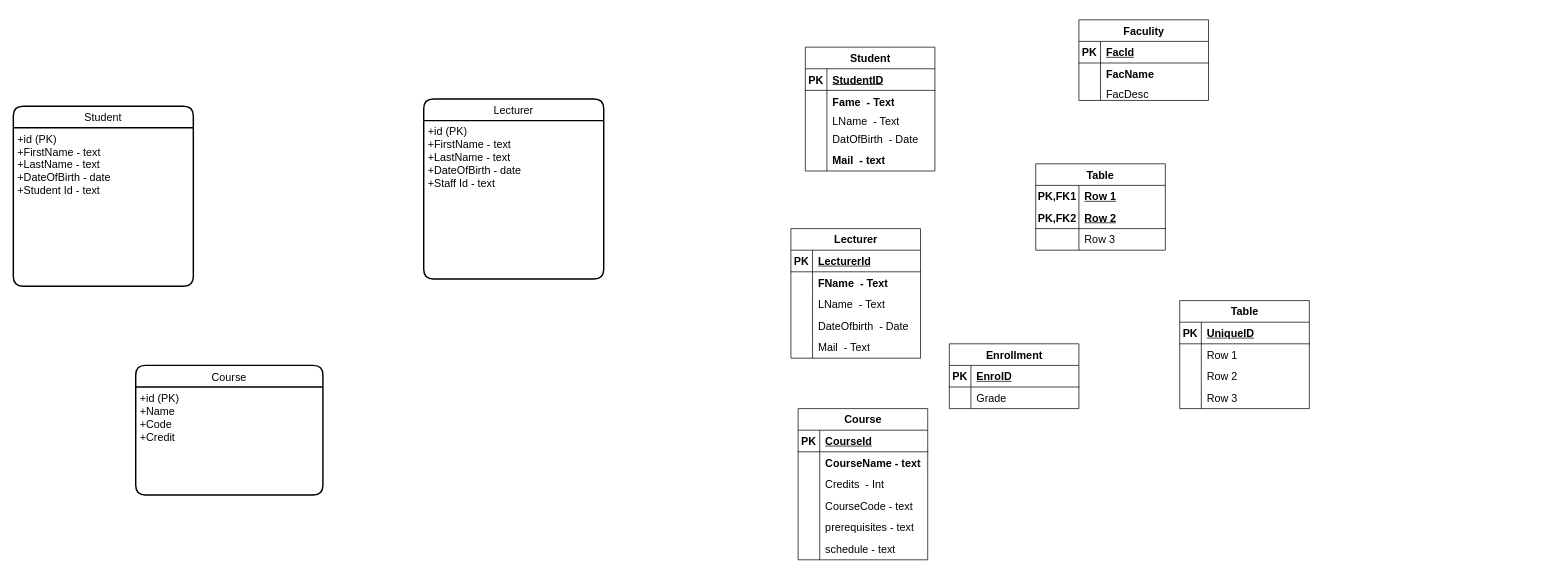
This is Untitled Diagram.drawio from YounesAlKojok/Projects---HTML-CSS-and-Bootstrap, a draw.io file, before an edit. Source tidied: cells renumbered, new cells numbered last; positions are measured from the earlier drawing's top-left corner, leaving out a move shared by most shapes. Both pictures are drawn from the tidied source at 72%, with x=0, y=0 at pixel (13, 19).
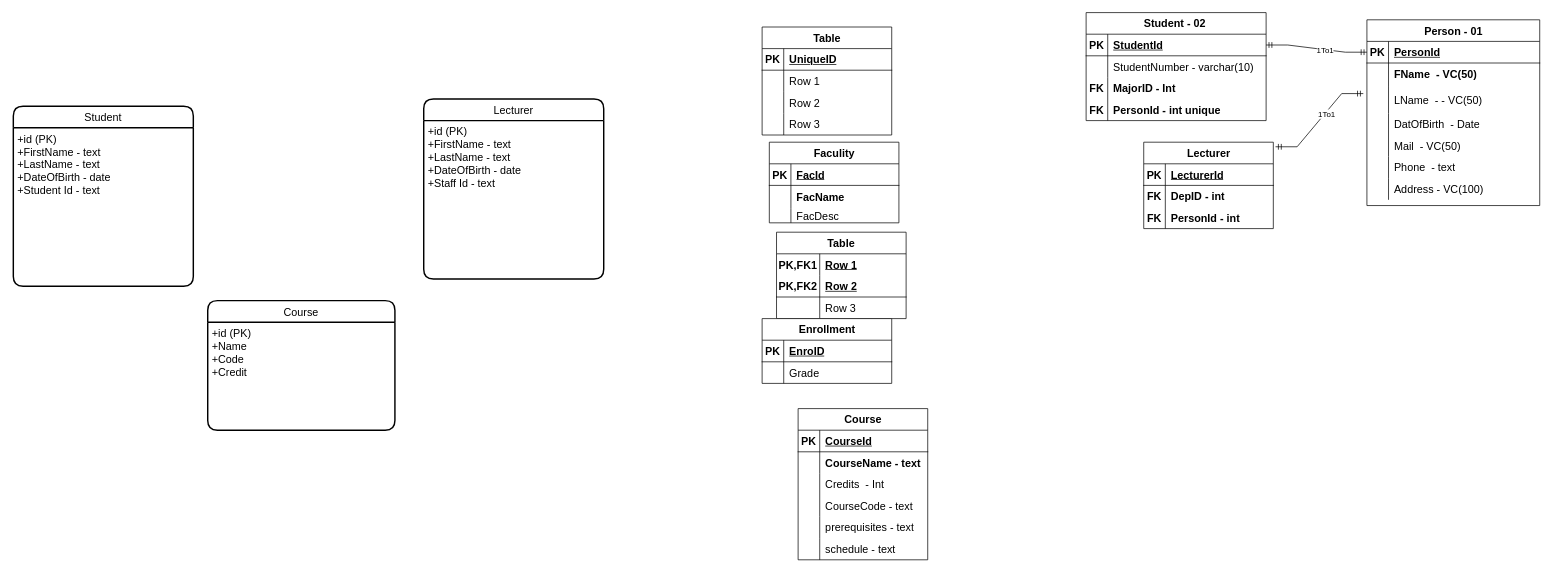
The same diagram, later.

What changed in the source:
```diff
@@
     <mxCell id="6" value="Course" style="swimlane;horizontal=1;startSize=30;rounded=1;fontSize=15;fontStyle=0;strokeWidth=2;shadow=0;dashed=0;align=center;" parent="1" vertex="1">
-      <mxGeometry x="170" y="480" width="260" height="180" as="geometry" />
+      <mxGeometry x="270" y="390" width="260" height="180" as="geometry" />
     </mxCell>
@@
-    <mxCell id="8" value="Student" style="shape=table;startSize=30;childLayout=tableLayout;rowLines=0;fontStyle=1;align=center;html=1;fontSize=15;" parent="1" vertex="1">
-      <mxGeometry x="1100" y="38" width="180" height="172" as="geometry" />
+    <mxCell id="8" value="Student - 02&amp;nbsp;" style="shape=table;startSize=30;childLayout=tableLayout;rowLines=0;fontStyle=1;align=center;html=1;fontSize=15;" parent="1" vertex="1">
+      <mxGeometry x="1490" y="-10" width="250" height="150" as="geometry" />
     </mxCell>
     <mxCell id="9" style="shape=tableRow;horizontal=0;startSize=0;swimlaneHead=0;swimlaneBody=0;fillColor=none;points=[[0,0.5],[1,0.5]];portConstraint=eastwest;top=0;left=0;right=0;bottom=1;fontSize=15;" parent="8" vertex="1">
-      <mxGeometry y="30" width="180" height="30" as="geometry" />
+      <mxGeometry y="30" width="250" height="30" as="geometry" />
     </mxCell>
@@
-    <mxCell id="11" value="StudentID" style="shape=partialRectangle;fillColor=none;top=0;left=0;bottom=0;right=0;align=left;spacingLeft=6;fontStyle=5;overflow=hidden;whiteSpace=wrap;html=1;fontSize=15;" parent="9" vertex="1">
-      <mxGeometry x="30" width="150" height="30" as="geometry" />
+    <mxCell id="11" value="StudentId" style="shape=partialRectangle;fillColor=none;top=0;left=0;bottom=0;right=0;align=left;spacingLeft=6;fontStyle=5;overflow=hidden;whiteSpace=wrap;html=1;fontSize=15;" parent="9" vertex="1">
+      <mxGeometry x="30" width="220" height="30" as="geometry" />
     </mxCell>
-    <mxCell id="12" style="shape=tableRow;horizontal=0;startSize=0;swimlaneHead=0;swimlaneBody=0;fillColor=none;top=0;left=0;right=0;bottom=0;fontSize=15;" parent="8" vertex="1">
-      <mxGeometry y="60" width="180" height="32" as="geometry" />
-    </mxCell>
-    <mxCell id="13" style="shape=partialRectangle;fillColor=none;top=0;left=0;bottom=0;right=0;overflow=hidden;whiteSpace=wrap;html=1;fontSize=15;" parent="12" vertex="1">
-      <mxGeometry width="30" height="32" as="geometry" />
-    </mxCell>
-    <mxCell id="14" value="&lt;b style=&quot;font-size: 15px;&quot;&gt;Fame&amp;nbsp; - Text&lt;/b&gt;" style="shape=partialRectangle;fillColor=none;top=0;left=0;bottom=0;right=0;align=left;spacingLeft=6;overflow=hidden;whiteSpace=wrap;html=1;fontSize=15;" parent="12" vertex="1">
-      <mxGeometry x="30" width="150" height="32" as="geometry" />
-    </mxCell>
-    <mxCell id="15" style="shape=tableRow;horizontal=0;startSize=0;swimlaneHead=0;swimlaneBody=0;fillColor=none;top=0;left=0;right=0;bottom=0;fontSize=15;" parent="8" vertex="1">
-      <mxGeometry y="92" width="180" height="20" as="geometry" />
-    </mxCell>
-    <mxCell id="16" style="shape=partialRectangle;fillColor=none;top=0;left=0;bottom=0;right=0;overflow=hidden;whiteSpace=wrap;html=1;fontSize=15;" parent="15" vertex="1">
-      <mxGeometry width="30" height="20" as="geometry" />
-    </mxCell>
-    <mxCell id="17" value="LName&amp;nbsp; - Text" style="shape=partialRectangle;fillColor=none;top=0;left=0;bottom=0;right=0;align=left;spacingLeft=6;overflow=hidden;whiteSpace=wrap;html=1;fontSize=15;" parent="15" vertex="1">
-      <mxGeometry x="30" width="150" height="20" as="geometry" />
-    </mxCell>
     <mxCell id="18" style="shape=tableRow;horizontal=0;startSize=0;swimlaneHead=0;swimlaneBody=0;fillColor=none;top=0;left=0;right=0;bottom=0;fontSize=15;" parent="8" vertex="1">
-      <mxGeometry y="112" width="180" height="30" as="geometry" />
+      <mxGeometry y="60" width="250" height="30" as="geometry" />
     </mxCell>
@@
-    <mxCell id="20" value="DatOfBirth&amp;nbsp; - Date" style="shape=partialRectangle;fillColor=none;top=0;left=0;bottom=0;right=0;align=left;spacingLeft=6;overflow=hidden;whiteSpace=wrap;html=1;fontSize=15;" parent="18" vertex="1">
-      <mxGeometry x="30" width="150" height="30" as="geometry" />
+    <mxCell id="20" value="StudentNumber - varchar(10)" style="shape=partialRectangle;fillColor=none;top=0;left=0;bottom=0;right=0;align=left;spacingLeft=6;overflow=hidden;whiteSpace=wrap;html=1;fontSize=15;" parent="18" vertex="1">
+      <mxGeometry x="30" width="220" height="30" as="geometry" />
     </mxCell>
-    <mxCell id="21" style="shape=tableRow;horizontal=0;startSize=0;swimlaneHead=0;swimlaneBody=0;fillColor=none;top=0;left=0;right=0;bottom=0;fontSize=15;fontStyle=1;" parent="8" vertex="1">
-      <mxGeometry y="142" width="180" height="30" as="geometry" />
-    </mxCell>
-    <mxCell id="22" style="shape=partialRectangle;fillColor=none;top=0;left=0;bottom=0;right=0;overflow=hidden;whiteSpace=wrap;html=1;fontSize=15;" parent="21" vertex="1">
-      <mxGeometry width="30" height="30" as="geometry" />
-    </mxCell>
-    <mxCell id="23" value="Mail&amp;nbsp; - text" style="shape=partialRectangle;fillColor=none;top=0;left=0;bottom=0;right=0;align=left;spacingLeft=6;overflow=hidden;whiteSpace=wrap;html=1;fontSize=15;fontStyle=1;" parent="21" vertex="1">
-      <mxGeometry x="30" width="150" height="30" as="geometry" />
-    </mxCell>
+    <mxCell id="99" style="shape=tableRow;horizontal=0;startSize=0;swimlaneHead=0;swimlaneBody=0;fillColor=none;top=0;left=0;right=0;bottom=0;fontSize=15;fontStyle=0;" parent="8" vertex="1">
+      <mxGeometry y="90" width="250" height="30" as="geometry" />
+    </mxCell>
+    <mxCell id="100" value="&lt;b&gt;FK&lt;/b&gt;" style="shape=partialRectangle;fillColor=none;top=0;left=0;bottom=0;right=0;overflow=hidden;whiteSpace=wrap;html=1;fontSize=15;" parent="99" vertex="1">
+      <mxGeometry width="30" height="30" as="geometry" />
+    </mxCell>
+    <mxCell id="101" value="&lt;b&gt;MajorID - Int&lt;/b&gt;" style="shape=partialRectangle;fillColor=none;top=0;left=0;bottom=0;right=0;align=left;spacingLeft=6;overflow=hidden;whiteSpace=wrap;html=1;fontSize=15;" parent="99" vertex="1">
+      <mxGeometry x="30" width="220" height="30" as="geometry" />
+    </mxCell>
+    <mxCell id="102" style="shape=tableRow;horizontal=0;startSize=0;swimlaneHead=0;swimlaneBody=0;fillColor=none;top=0;left=0;right=0;bottom=0;fontSize=15;" parent="8" vertex="1">
+      <mxGeometry y="120" width="250" height="30" as="geometry" />
+    </mxCell>
+    <mxCell id="103" value="FK" style="shape=partialRectangle;fillColor=none;top=0;left=0;bottom=0;right=0;overflow=hidden;whiteSpace=wrap;html=1;fontSize=15;fontStyle=1;" parent="102" vertex="1">
+      <mxGeometry width="30" height="30" as="geometry" />
+    </mxCell>
+    <mxCell id="104" value="&lt;b&gt;PersonId - int unique&lt;/b&gt;" style="shape=partialRectangle;fillColor=none;top=0;left=0;bottom=0;right=0;align=left;spacingLeft=6;overflow=hidden;whiteSpace=wrap;html=1;fontSize=15;" parent="102" vertex="1">
+      <mxGeometry x="30" width="220" height="30" as="geometry" />
+    </mxCell>
     <mxCell id="24" value="Lecturer" style="shape=table;startSize=30;childLayout=tableLayout;rowLines=0;fontStyle=1;align=center;html=1;fontSize=15;" parent="1" vertex="1">
-      <mxGeometry x="1080" y="290" width="180" height="180" as="geometry" />
+      <mxGeometry x="1570" y="170" width="180" height="120" as="geometry" />
     </mxCell>
@@
-    <mxCell id="28" style="shape=tableRow;horizontal=0;startSize=0;swimlaneHead=0;swimlaneBody=0;fillColor=none;top=0;left=0;right=0;bottom=0;fontSize=15;" parent="24" vertex="1">
-      <mxGeometry y="60" width="180" height="30" as="geometry" />
-    </mxCell>
-    <mxCell id="29" style="shape=partialRectangle;fillColor=none;top=0;left=0;bottom=0;right=0;overflow=hidden;whiteSpace=wrap;html=1;fontSize=15;" parent="28" vertex="1">
-      <mxGeometry width="30" height="30" as="geometry" />
-    </mxCell>
-    <mxCell id="30" value="&lt;b style=&quot;font-size: 15px;&quot;&gt;FName&amp;nbsp; - Text&lt;/b&gt;" style="shape=partialRectangle;fillColor=none;top=0;left=0;bottom=0;right=0;align=left;spacingLeft=6;overflow=hidden;whiteSpace=wrap;html=1;fontSize=15;" parent="28" vertex="1">
-      <mxGeometry x="30" width="150" height="30" as="geometry" />
-    </mxCell>
-    <mxCell id="31" style="shape=tableRow;horizontal=0;startSize=0;swimlaneHead=0;swimlaneBody=0;fillColor=none;top=0;left=0;right=0;bottom=0;fontSize=15;" parent="24" vertex="1">
-      <mxGeometry y="90" width="180" height="30" as="geometry" />
-    </mxCell>
-    <mxCell id="32" style="shape=partialRectangle;fillColor=none;top=0;left=0;bottom=0;right=0;overflow=hidden;whiteSpace=wrap;html=1;fontSize=15;" parent="31" vertex="1">
-      <mxGeometry width="30" height="30" as="geometry" />
-    </mxCell>
-    <mxCell id="33" value="LName&amp;nbsp; - Text" style="shape=partialRectangle;fillColor=none;top=0;left=0;bottom=0;right=0;align=left;spacingLeft=6;overflow=hidden;whiteSpace=wrap;html=1;fontSize=15;" parent="31" vertex="1">
-      <mxGeometry x="30" width="150" height="30" as="geometry" />
-    </mxCell>
-    <mxCell id="34" style="shape=tableRow;horizontal=0;startSize=0;swimlaneHead=0;swimlaneBody=0;fillColor=none;top=0;left=0;right=0;bottom=0;fontSize=15;" parent="24" vertex="1">
-      <mxGeometry y="120" width="180" height="30" as="geometry" />
-    </mxCell>
-    <mxCell id="35" style="shape=partialRectangle;fillColor=none;top=0;left=0;bottom=0;right=0;overflow=hidden;whiteSpace=wrap;html=1;fontSize=15;" parent="34" vertex="1">
-      <mxGeometry width="30" height="30" as="geometry" />
-    </mxCell>
-    <mxCell id="36" value="DateOfbirth&amp;nbsp; - Date" style="shape=partialRectangle;fillColor=none;top=0;left=0;bottom=0;right=0;align=left;spacingLeft=6;overflow=hidden;whiteSpace=wrap;html=1;fontSize=15;" parent="34" vertex="1">
-      <mxGeometry x="30" width="150" height="30" as="geometry" />
-    </mxCell>
     <mxCell id="37" style="shape=tableRow;horizontal=0;startSize=0;swimlaneHead=0;swimlaneBody=0;fillColor=none;top=0;left=0;right=0;bottom=0;fontSize=15;" parent="24" vertex="1">
-      <mxGeometry y="150" width="180" height="30" as="geometry" />
+      <mxGeometry y="60" width="180" height="30" as="geometry" />
     </mxCell>
-    <mxCell id="38" style="shape=partialRectangle;fillColor=none;top=0;left=0;bottom=0;right=0;overflow=hidden;whiteSpace=wrap;html=1;fontSize=15;" parent="37" vertex="1">
+    <mxCell id="38" value="&lt;b&gt;FK&lt;/b&gt;" style="shape=partialRectangle;fillColor=none;top=0;left=0;bottom=0;right=0;overflow=hidden;whiteSpace=wrap;html=1;fontSize=15;" parent="37" vertex="1">
       <mxGeometry width="30" height="30" as="geometry" />
     </mxCell>
-    <mxCell id="39" value="Mail&amp;nbsp; - Text" style="shape=partialRectangle;fillColor=none;top=0;left=0;bottom=0;right=0;align=left;spacingLeft=6;overflow=hidden;whiteSpace=wrap;html=1;fontSize=15;" parent="37" vertex="1">
+    <mxCell id="39" value="&lt;b&gt;DepID - int&lt;/b&gt;" style="shape=partialRectangle;fillColor=none;top=0;left=0;bottom=0;right=0;align=left;spacingLeft=6;overflow=hidden;whiteSpace=wrap;html=1;fontSize=15;" parent="37" vertex="1">
       <mxGeometry x="30" width="150" height="30" as="geometry" />
     </mxCell>
+    <mxCell id="31" style="shape=tableRow;horizontal=0;startSize=0;swimlaneHead=0;swimlaneBody=0;fillColor=none;top=0;left=0;right=0;bottom=0;fontSize=15;" parent="24" vertex="1">
+      <mxGeometry y="90" width="180" height="30" as="geometry" />
+    </mxCell>
+    <mxCell id="105" value="&lt;b&gt;FK&lt;/b&gt;" style="shape=partialRectangle;fillColor=none;top=0;left=0;bottom=0;right=0;overflow=hidden;whiteSpace=wrap;html=1;fontSize=15;" parent="31" vertex="1">
+      <mxGeometry width="30" height="30" as="geometry" />
+    </mxCell>
+    <mxCell id="106" value="&lt;b&gt;PersonId - int&lt;/b&gt;" style="shape=partialRectangle;fillColor=none;top=0;left=0;bottom=0;right=0;align=left;spacingLeft=6;overflow=hidden;whiteSpace=wrap;html=1;fontSize=15;" parent="31" vertex="1">
+      <mxGeometry x="30" width="150" height="30" as="geometry" />
+    </mxCell>
     <mxCell id="40" value="Table" style="shape=table;startSize=30;childLayout=tableLayout;rowLines=0;fontStyle=1;align=center;html=1;fontSize=15;" parent="1" vertex="1">
-      <mxGeometry x="1620" y="390" width="180" height="150" as="geometry" />
+      <mxGeometry x="1040" y="10" width="180" height="150" as="geometry" />
     </mxCell>
@@
     <mxCell id="53" value="Table" style="shape=table;startSize=30;childLayout=tableLayout;rowLines=0;fontStyle=1;align=center;html=1;whiteSpace=wrap;fontSize=15;" parent="1" vertex="1">
-      <mxGeometry x="1420" y="200" width="180" height="120" as="geometry" />
+      <mxGeometry x="1060" y="295" width="180" height="120" as="geometry" />
     </mxCell>
@@
     <mxCell id="63" value="Enrollment" style="shape=table;startSize=30;childLayout=tableLayout;rowLines=0;fontStyle=1;align=center;html=1;fontSize=15;" parent="1" vertex="1">
-      <mxGeometry x="1300" y="450" width="180" height="90" as="geometry" />
+      <mxGeometry x="1040" y="415" width="180" height="90" as="geometry" />
     </mxCell>
@@
     <mxCell id="70" value="Faculity" style="shape=table;startSize=30;childLayout=tableLayout;rowLines=0;fontStyle=1;align=center;html=1;fontSize=15;" parent="1" vertex="1">
-      <mxGeometry x="1480" width="180" height="112" as="geometry" />
+      <mxGeometry x="1050" y="170" width="180" height="112" as="geometry" />
     </mxCell>
@@
+    <mxCell id="107" value="Person - 01" style="shape=table;startSize=30;childLayout=tableLayout;rowLines=0;fontStyle=1;align=center;html=1;fontSize=15;" parent="1" vertex="1">
+      <mxGeometry x="1880" width="240" height="258" as="geometry" />
+    </mxCell>
+    <mxCell id="108" style="shape=tableRow;horizontal=0;startSize=0;swimlaneHead=0;swimlaneBody=0;fillColor=none;points=[[0,0.5],[1,0.5]];portConstraint=eastwest;top=0;left=0;right=0;bottom=1;fontSize=15;" parent="107" vertex="1">
+      <mxGeometry y="30" width="240" height="30" as="geometry" />
+    </mxCell>
+    <mxCell id="109" value="PK" style="shape=partialRectangle;fillColor=none;top=0;left=0;bottom=0;right=0;fontStyle=1;overflow=hidden;whiteSpace=wrap;html=1;fontSize=15;" parent="108" vertex="1">
+      <mxGeometry width="30" height="30" as="geometry" />
+    </mxCell>
+    <mxCell id="110" value="PersonId" style="shape=partialRectangle;fillColor=none;top=0;left=0;bottom=0;right=0;align=left;spacingLeft=6;fontStyle=5;overflow=hidden;whiteSpace=wrap;html=1;fontSize=15;" parent="108" vertex="1">
+      <mxGeometry x="30" width="210" height="30" as="geometry" />
+    </mxCell>
+    <mxCell id="111" style="shape=tableRow;horizontal=0;startSize=0;swimlaneHead=0;swimlaneBody=0;fillColor=none;top=0;left=0;right=0;bottom=0;fontSize=15;" parent="107" vertex="1">
+      <mxGeometry y="60" width="240" height="32" as="geometry" />
+    </mxCell>
+    <mxCell id="13" style="shape=partialRectangle;fillColor=none;top=0;left=0;bottom=0;right=0;overflow=hidden;whiteSpace=wrap;html=1;fontSize=15;" parent="111" vertex="1">
+      <mxGeometry width="30" height="32" as="geometry" />
+    </mxCell>
+    <mxCell id="112" value="&lt;b style=&quot;font-size: 15px;&quot;&gt;FName&amp;nbsp; - VC(50)&lt;/b&gt;" style="shape=partialRectangle;fillColor=none;top=0;left=0;bottom=0;right=0;align=left;spacingLeft=6;overflow=hidden;whiteSpace=wrap;html=1;fontSize=15;" parent="111" vertex="1">
+      <mxGeometry x="30" width="210" height="32" as="geometry" />
+    </mxCell>
+    <mxCell id="113" style="shape=tableRow;horizontal=0;startSize=0;swimlaneHead=0;swimlaneBody=0;fillColor=none;points=[[0,0.5],[1,0.5]];portConstraint=eastwest;top=0;left=0;right=0;bottom=0;fontSize=15;" parent="107" vertex="1">
+      <mxGeometry y="92" width="240" height="38" as="geometry" />
+    </mxCell>
+    <mxCell id="114" style="shape=partialRectangle;fillColor=none;top=0;left=0;bottom=0;right=0;overflow=hidden;whiteSpace=wrap;html=1;fontSize=15;" parent="113" vertex="1">
+      <mxGeometry width="30" height="38" as="geometry" />
+    </mxCell>
+    <mxCell id="115" value="LName&amp;nbsp; -&amp;nbsp;&lt;span style=&quot;--tw-border-spacing-x: 0; --tw-border-spacing-y: 0; --tw-translate-x: 0; --tw-translate-y: 0; --tw-rotate: 0; --tw-skew-x: 0; --tw-skew-y: 0; --tw-scale-x: 1; --tw-scale-y: 1; --tw-pan-x: ; --tw-pan-y: ; --tw-pinch-zoom: ; --tw-scroll-snap-strictness: proximity; --tw-ordinal: ; --tw-slashed-zero: ; --tw-numeric-figure: ; --tw-numeric-spacing: ; --tw-numeric-fraction: ; --tw-ring-inset: ; --tw-ring-offset-width: 0px; --tw-ring-offset-color: #fff; --tw-ring-color: rgb(59 130 246 / 0.5); --tw-ring-offset-shadow: 0 0 #0000; --tw-ring-shadow: 0 0 #0000; --tw-shadow: 0 0 #0000; --tw-shadow-colored: 0 0 #0000; --tw-blur: ; --tw-brightness: ; --tw-contrast: ; --tw-grayscale: ; --tw-hue-rotate: ; --tw-invert: ; --tw-saturate: ; --tw-sepia: ; --tw-drop-shadow: ; --tw-backdrop-blur: ; --tw-backdrop-brightness: ; --tw-backdrop-contrast: ; --tw-backdrop-grayscale: ; --tw-backdrop-hue-rotate: ; --tw-backdrop-invert: ; --tw-backdrop-opacity: ; --tw-backdrop-saturate: ; --tw-backdrop-sepia: ; border-color: var(--border-color);&quot;&gt;- VC(50)&lt;/span&gt;" style="shape=partialRectangle;fillColor=none;top=0;left=0;bottom=0;right=0;align=left;spacingLeft=6;overflow=hidden;whiteSpace=wrap;html=1;fontSize=15;" parent="113" vertex="1">
+      <mxGeometry x="30" width="210" height="38" as="geometry" />
+    </mxCell>
+    <mxCell id="116" style="shape=tableRow;horizontal=0;startSize=0;swimlaneHead=0;swimlaneBody=0;fillColor=none;top=0;left=0;right=0;bottom=0;fontSize=15;" parent="107" vertex="1">
+      <mxGeometry y="130" width="240" height="30" as="geometry" />
+    </mxCell>
+    <mxCell id="117" style="shape=partialRectangle;fillColor=none;top=0;left=0;bottom=0;right=0;overflow=hidden;whiteSpace=wrap;html=1;fontSize=15;" parent="116" vertex="1">
+      <mxGeometry width="30" height="30" as="geometry" />
+    </mxCell>
+    <mxCell id="118" value="DatOfBirth&amp;nbsp; - Date" style="shape=partialRectangle;fillColor=none;top=0;left=0;bottom=0;right=0;align=left;spacingLeft=6;overflow=hidden;whiteSpace=wrap;html=1;fontSize=15;" parent="116" vertex="1">
+      <mxGeometry x="30" width="210" height="30" as="geometry" />
+    </mxCell>
+    <mxCell id="119" style="shape=tableRow;horizontal=0;startSize=0;swimlaneHead=0;swimlaneBody=0;fillColor=none;top=0;left=0;right=0;bottom=0;fontSize=15;fontStyle=1;" parent="107" vertex="1">
+      <mxGeometry y="160" width="240" height="30" as="geometry" />
+    </mxCell>
+    <mxCell id="120" style="shape=partialRectangle;fillColor=none;top=0;left=0;bottom=0;right=0;overflow=hidden;whiteSpace=wrap;html=1;fontSize=15;" parent="119" vertex="1">
+      <mxGeometry width="30" height="30" as="geometry" />
+    </mxCell>
+    <mxCell id="121" value="&lt;span style=&quot;font-weight: normal;&quot;&gt;Mail&amp;nbsp; -&amp;nbsp;&lt;span style=&quot;--tw-border-spacing-x: 0; --tw-border-spacing-y: 0; --tw-translate-x: 0; --tw-translate-y: 0; --tw-rotate: 0; --tw-skew-x: 0; --tw-skew-y: 0; --tw-scale-x: 1; --tw-scale-y: 1; --tw-pan-x: ; --tw-pan-y: ; --tw-pinch-zoom: ; --tw-scroll-snap-strictness: proximity; --tw-ordinal: ; --tw-slashed-zero: ; --tw-numeric-figure: ; --tw-numeric-spacing: ; --tw-numeric-fraction: ; --tw-ring-inset: ; --tw-ring-offset-width: 0px; --tw-ring-offset-color: #fff; --tw-ring-color: rgb(59 130 246 / 0.5); --tw-ring-offset-shadow: 0 0 #0000; --tw-ring-shadow: 0 0 #0000; --tw-shadow: 0 0 #0000; --tw-shadow-colored: 0 0 #0000; --tw-blur: ; --tw-brightness: ; --tw-contrast: ; --tw-grayscale: ; --tw-hue-rotate: ; --tw-invert: ; --tw-saturate: ; --tw-sepia: ; --tw-drop-shadow: ; --tw-backdrop-blur: ; --tw-backdrop-brightness: ; --tw-backdrop-contrast: ; --tw-backdrop-grayscale: ; --tw-backdrop-hue-rotate: ; --tw-backdrop-invert: ; --tw-backdrop-opacity: ; --tw-backdrop-saturate: ; --tw-backdrop-sepia: ; border-color: var(--border-color);&quot;&gt;VC(50)&lt;/span&gt;&lt;/span&gt;" style="shape=partialRectangle;fillColor=none;top=0;left=0;bottom=0;right=0;align=left;spacingLeft=6;overflow=hidden;whiteSpace=wrap;html=1;fontSize=15;fontStyle=1;" parent="119" vertex="1">
+      <mxGeometry x="30" width="210" height="30" as="geometry" />
+    </mxCell>
+    <mxCell id="122" style="shape=tableRow;horizontal=0;startSize=0;swimlaneHead=0;swimlaneBody=0;fillColor=none;top=0;left=0;right=0;bottom=0;fontSize=15;fontStyle=1;" parent="107" vertex="1">
+      <mxGeometry y="190" width="240" height="30" as="geometry" />
+    </mxCell>
+    <mxCell id="123" style="shape=partialRectangle;fillColor=none;top=0;left=0;bottom=0;right=0;overflow=hidden;whiteSpace=wrap;html=1;fontSize=15;" parent="122" vertex="1">
+      <mxGeometry width="30" height="30" as="geometry" />
+    </mxCell>
+    <mxCell id="124" value="&lt;span style=&quot;font-weight: normal;&quot;&gt;Phone&amp;nbsp; - text&lt;/span&gt;" style="shape=partialRectangle;fillColor=none;top=0;left=0;bottom=0;right=0;align=left;spacingLeft=6;overflow=hidden;whiteSpace=wrap;html=1;fontSize=15;fontStyle=1;" parent="122" vertex="1">
+      <mxGeometry x="30" width="210" height="30" as="geometry" />
+    </mxCell>
+    <mxCell id="125" style="shape=tableRow;horizontal=0;startSize=0;swimlaneHead=0;swimlaneBody=0;fillColor=none;top=0;left=0;right=0;bottom=0;fontSize=15;fontStyle=1;" parent="107" vertex="1">
+      <mxGeometry y="220" width="240" height="30" as="geometry" />
+    </mxCell>
+    <mxCell id="126" style="shape=partialRectangle;fillColor=none;top=0;left=0;bottom=0;right=0;overflow=hidden;whiteSpace=wrap;html=1;fontSize=15;" parent="125" vertex="1">
+      <mxGeometry width="30" height="30" as="geometry" />
+    </mxCell>
+    <mxCell id="127" value="&lt;span style=&quot;font-weight: normal;&quot;&gt;Address - VC(100)&lt;/span&gt;" style="shape=partialRectangle;fillColor=none;top=0;left=0;bottom=0;right=0;align=left;spacingLeft=6;overflow=hidden;whiteSpace=wrap;html=1;fontSize=15;fontStyle=1;" parent="125" vertex="1">
+      <mxGeometry x="30" width="210" height="30" as="geometry" />
+    </mxCell>
+    <mxCell id="128" style="edgeStyle=entityRelationEdgeStyle;fontSize=12;html=1;endArrow=ERmandOne;startArrow=ERmandOne;rounded=0;exitX=1;exitY=0.5;exitDx=0;exitDy=0;" parent="1" edge="1" source="9" target="108">
+      <mxGeometry relative="1" as="geometry" />
+    </mxCell>
+    <mxCell id="129" value="1To1" style="edgeLabel;html=1;align=center;verticalAlign=middle;" parent="128" vertex="1">
+      <mxGeometry x="0.16" y="-1" relative="1" as="geometry" />
+    </mxCell>
+    <mxCell id="130" style="edgeStyle=entityRelationEdgeStyle;fontSize=12;html=1;endArrow=ERmandOne;startArrow=ERmandOne;rounded=0;exitX=1.017;exitY=0.053;exitDx=0;exitDy=0;entryX=-0.021;entryY=0.276;entryDx=0;entryDy=0;entryPerimeter=0;exitPerimeter=0;" parent="1" edge="1" source="24" target="113">
+      <mxGeometry relative="1" as="geometry" />
+    </mxCell>
+    <mxCell id="131" value="1To1" style="edgeLabel;html=1;align=center;verticalAlign=middle;" parent="130" vertex="1">
+      <mxGeometry x="0.16" y="-1" relative="1" as="geometry" />
+    </mxCell>
```
